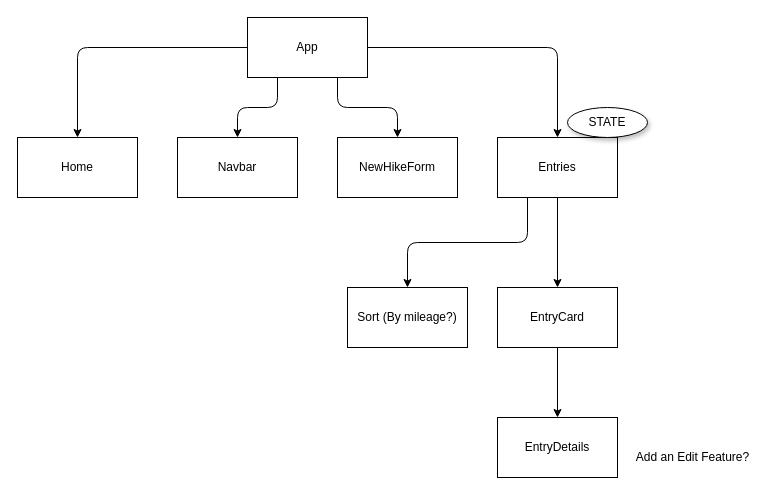
The draw.io diagram Hierarchy.drawio in Stelluuh/Phase-2-Project-VentureLog, before the edit. Source tidied: cells renumbered, new cells numbered last; positions are measured from the earlier drawing's top-left corner, leaving out a move shared by most shapes. Both pictures are drawn from the tidied source at 100%, with x=0, y=0 at pixel (17, 17).
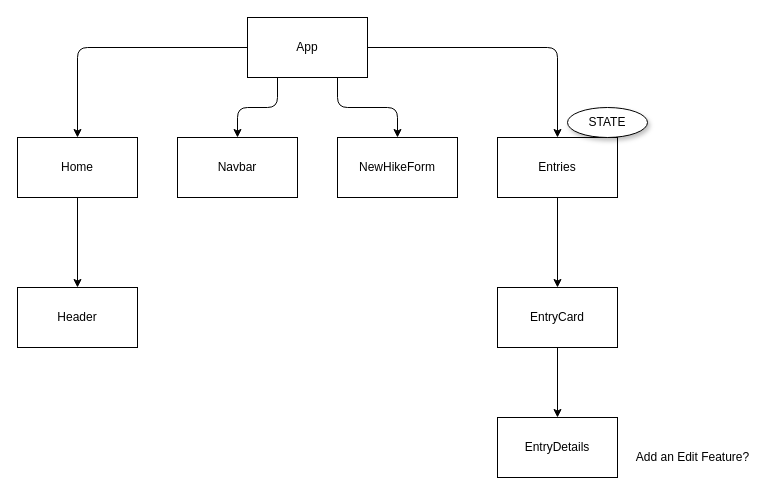
The same page after the edit.

What changed in the source:
```diff
@@
 <mxGraphModel>
   <root>
     <mxCell id="0" />
     <mxCell id="1" parent="0" />
     <mxCell id="2" style="edgeStyle=orthogonalEdgeStyle;html=1;exitX=0.25;exitY=1;exitDx=0;exitDy=0;" parent="1" edge="1" source="6" target="8">
       <mxGeometry relative="1" as="geometry" />
     </mxCell>
     <mxCell id="3" style="edgeStyle=orthogonalEdgeStyle;html=1;exitX=0.75;exitY=1;exitDx=0;exitDy=0;entryX=0.5;entryY=0;entryDx=0;entryDy=0;" parent="1" edge="1" source="6" target="9">
       <mxGeometry relative="1" as="geometry" />
     </mxCell>
     <mxCell id="4" style="edgeStyle=orthogonalEdgeStyle;html=1;entryX=0.5;entryY=0;entryDx=0;entryDy=0;" parent="1" edge="1" source="6" target="12">
       <mxGeometry relative="1" as="geometry" />
     </mxCell>
     <mxCell id="5" style="edgeStyle=orthogonalEdgeStyle;html=1;exitX=0;exitY=0.5;exitDx=0;exitDy=0;entryX=0.5;entryY=0;entryDx=0;entryDy=0;" parent="1" edge="1" source="6" target="7">
       <mxGeometry relative="1" as="geometry" />
     </mxCell>
     <mxCell id="6" value="App" style="whiteSpace=wrap;html=1;" parent="1" vertex="1">
       <mxGeometry x="230" width="120" height="60" as="geometry" />
     </mxCell>
+    <mxCell id="19" style="edgeStyle=none;html=1;" parent="1" edge="1" source="7" target="20">
+      <mxGeometry relative="1" as="geometry" />
+    </mxCell>
     <mxCell id="7" value="Home" style="whiteSpace=wrap;html=1;" parent="1" vertex="1">
       <mxGeometry y="120" width="120" height="60" as="geometry" />
     </mxCell>
     <mxCell id="8" value="Navbar" style="whiteSpace=wrap;html=1;" parent="1" vertex="1">
       <mxGeometry x="160" y="120" width="120" height="60" as="geometry" />
     </mxCell>
     <mxCell id="9" value="NewHikeForm" style="whiteSpace=wrap;html=1;" parent="1" vertex="1">
       <mxGeometry x="320" y="120" width="120" height="60" as="geometry" />
     </mxCell>
-    <mxCell id="10" style="edgeStyle=orthogonalEdgeStyle;html=1;exitX=0.25;exitY=1;exitDx=0;exitDy=0;" parent="1" edge="1" source="12" target="13">
-      <mxGeometry relative="1" as="geometry" />
-    </mxCell>
     <mxCell id="11" style="edgeStyle=orthogonalEdgeStyle;html=1;" parent="1" edge="1" source="12" target="15">
       <mxGeometry relative="1" as="geometry" />
     </mxCell>
     <mxCell id="12" value="Entries" style="whiteSpace=wrap;html=1;" parent="1" vertex="1">
       <mxGeometry x="480" y="120" width="120" height="60" as="geometry" />
     </mxCell>
-    <mxCell id="13" value="Sort (By mileage?)" style="whiteSpace=wrap;html=1;" parent="1" vertex="1">
-      <mxGeometry x="330" y="270" width="120" height="60" as="geometry" />
-    </mxCell>
     <mxCell id="14" style="edgeStyle=none;html=1;entryX=0.5;entryY=0;entryDx=0;entryDy=0;" parent="1" edge="1" source="15" target="16">
       <mxGeometry relative="1" as="geometry" />
     </mxCell>
     <mxCell id="15" value="EntryCard" style="whiteSpace=wrap;html=1;" parent="1" vertex="1">
       <mxGeometry x="480" y="270" width="120" height="60" as="geometry" />
     </mxCell>
     <mxCell id="16" value="EntryDetails" style="whiteSpace=wrap;html=1;" parent="1" vertex="1">
       <mxGeometry x="480" y="400" width="120" height="60" as="geometry" />
     </mxCell>
     <mxCell id="17" value="STATE" style="ellipse;whiteSpace=wrap;html=1;shadow=1;" parent="1" vertex="1">
       <mxGeometry x="550" y="90" width="80" height="30" as="geometry" />
     </mxCell>
     <mxCell id="18" value="Add an Edit Feature?" style="text;html=1;align=center;verticalAlign=middle;strokeColor=none;fillColor=none;" parent="1" vertex="1">
       <mxGeometry x="610" y="430" width="130" height="20" as="geometry" />
     </mxCell>
+    <mxCell id="20" value="Header" style="whiteSpace=wrap;html=1;" parent="1" vertex="1">
+      <mxGeometry y="270" width="120" height="60" as="geometry" />
+    </mxCell>
   </root>
 </mxGraphModel>
```
